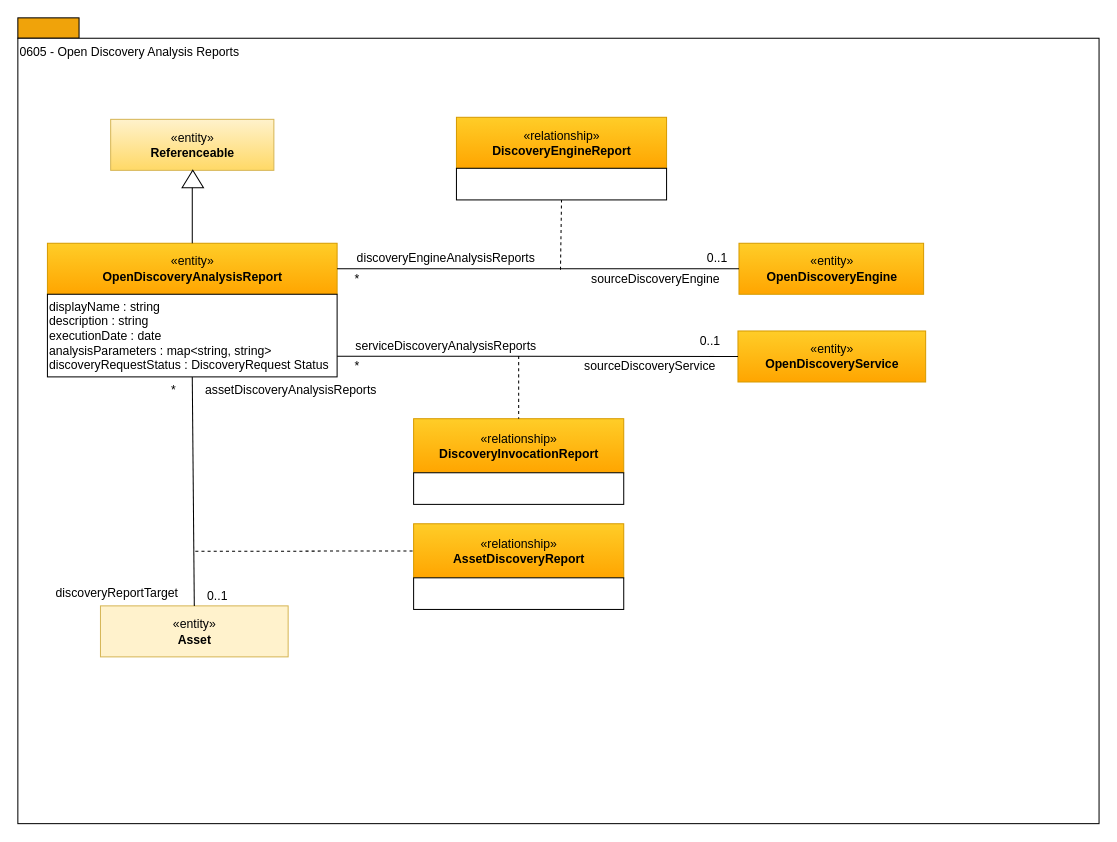
Above: page "0605 - Discovery Analysis Reports" (5 of 17) of open-metadata-publication/website/open-metadata-types/area-6-discovery.drawio in planetf1/egeria (draw.io), before the change. Source tidied: cells renumbered, new cells numbered last; positions are measured from the earlier drawing's top-left corner, leaving out a move shared by most shapes. Both pictures are drawn from the tidied source at 102%, with x=0, y=0 at pixel (17, 17).
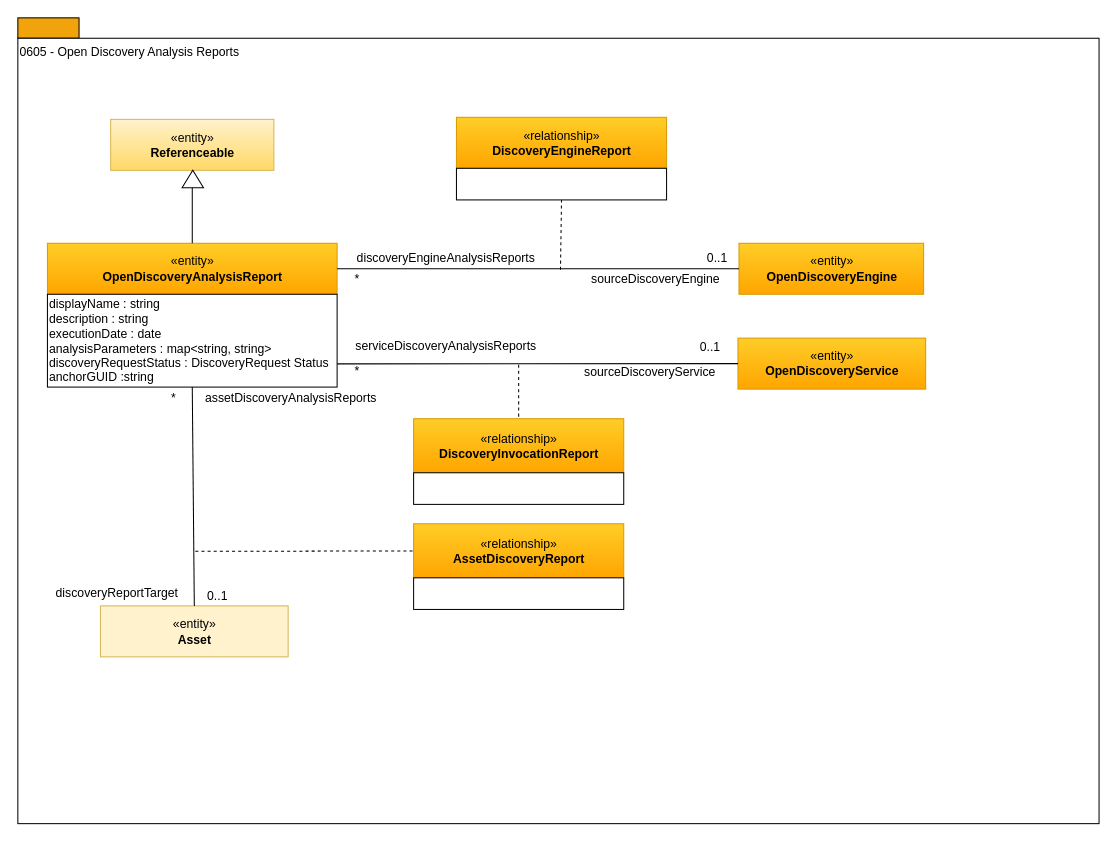
After the change.

Unchanged cells that the change refers to:
```xml
<mxCell id="15" value="«relationship»&lt;br&gt;&lt;b&gt;DiscoveryInvocationReport&lt;/b&gt;" style="html=1;strokeColor=#d79b00;align=center;fillColor=#ffcd28;gradientColor=#ffa500;" parent="1" vertex="1">
  <mxGeometry x="388" y="393" width="206" height="53" as="geometry" />
</mxCell>
```

What changed in the source:
```diff
@@
-    <mxCell id="5" value="displayName : string&lt;br&gt;description : string&lt;br&gt;executionDate : date&lt;br&gt;&lt;div style=&quot;text-align: left&quot;&gt;&lt;span&gt;analysisParameters : map&amp;lt;string, string&amp;gt;&lt;/span&gt;&lt;/div&gt;&lt;div style=&quot;text-align: left&quot;&gt;&lt;span&gt;discoveryRequestStatus : DiscoveryRequest Status&lt;/span&gt;&lt;/div&gt;" style="rounded=0;whiteSpace=wrap;html=1;strokeColor=#000000;gradientColor=#ffffff;align=left;" parent="1" vertex="1">
-      <mxGeometry x="29" y="271" width="284" height="81" as="geometry" />
+    <mxCell id="5" value="displayName : string&lt;br&gt;description : string&lt;br&gt;executionDate : date&lt;br&gt;&lt;div style=&quot;text-align: left&quot;&gt;&lt;span&gt;analysisParameters : map&amp;lt;string, string&amp;gt;&lt;/span&gt;&lt;/div&gt;&lt;div style=&quot;text-align: left&quot;&gt;&lt;span&gt;discoveryRequestStatus : DiscoveryRequest Status&lt;/span&gt;&lt;/div&gt;&lt;div style=&quot;text-align: left&quot;&gt;&lt;span&gt;anchorGUID :string&lt;/span&gt;&lt;/div&gt;" style="rounded=0;whiteSpace=wrap;html=1;strokeColor=#000000;gradientColor=#ffffff;align=left;" parent="1" vertex="1">
+      <mxGeometry x="29" y="271" width="284" height="91" as="geometry" />
     </mxCell>
@@
     <mxCell id="13" value="«entity»&lt;br&gt;&lt;b&gt;OpenDiscoveryService&lt;/b&gt;" style="html=1;strokeColor=#d79b00;align=center;fillColor=#ffcd28;gradientColor=#ffa500;" parent="1" vertex="1">
-      <mxGeometry x="706" y="307" width="184" height="50" as="geometry" />
+      <mxGeometry x="706" y="314" width="184" height="50" as="geometry" />
     </mxCell>
@@
     <mxCell id="16" style="endArrow=none;dashed=1;html=1;" parent="1" edge="1" target="15">
       <mxGeometry relative="1" as="geometry">
-        <mxPoint x="491" y="331.5" as="sourcePoint" />
+        <mxPoint x="491" y="340" as="sourcePoint" />
       </mxGeometry>
     </mxCell>
     <mxCell id="17" value="*" style="text;html=1;strokeColor=none;fillColor=none;align=center;verticalAlign=middle;whiteSpace=wrap;rounded=0;" parent="1" vertex="1">
-      <mxGeometry x="313" y="332" width="40" height="20" as="geometry" />
+      <mxGeometry x="313" y="337" width="40" height="20" as="geometry" />
     </mxCell>
@@
     <mxCell id="20" value="0..1" style="text;html=1;strokeColor=none;fillColor=none;align=center;verticalAlign=middle;whiteSpace=wrap;rounded=0;" parent="1" vertex="1">
-      <mxGeometry x="659" y="306.5" width="40" height="20" as="geometry" />
+      <mxGeometry x="659" y="312.5" width="40" height="20" as="geometry" />
     </mxCell>
@@
     <mxCell id="24" value="sourceDiscoveryService" style="text;html=1;strokeColor=none;fillColor=none;align=center;verticalAlign=middle;whiteSpace=wrap;rounded=0;" parent="1" vertex="1">
-      <mxGeometry x="533" y="332" width="174" height="20" as="geometry" />
+      <mxGeometry x="533" y="338" width="174" height="20" as="geometry" />
     </mxCell>
@@
     <mxCell id="30" value="*" style="text;html=1;strokeColor=none;fillColor=none;align=center;verticalAlign=middle;whiteSpace=wrap;rounded=0;" parent="1" vertex="1">
-      <mxGeometry x="133" y="355" width="40" height="20" as="geometry" />
+      <mxGeometry x="133" y="363" width="40" height="20" as="geometry" />
     </mxCell>
@@
     <mxCell id="33" value="assetDiscoveryAnalysisReports" style="text;html=1;strokeColor=none;fillColor=none;align=center;verticalAlign=middle;whiteSpace=wrap;rounded=0;" parent="1" vertex="1">
-      <mxGeometry x="180" y="355" width="176" height="20" as="geometry" />
+      <mxGeometry x="180" y="363" width="176" height="20" as="geometry" />
     </mxCell>
```
